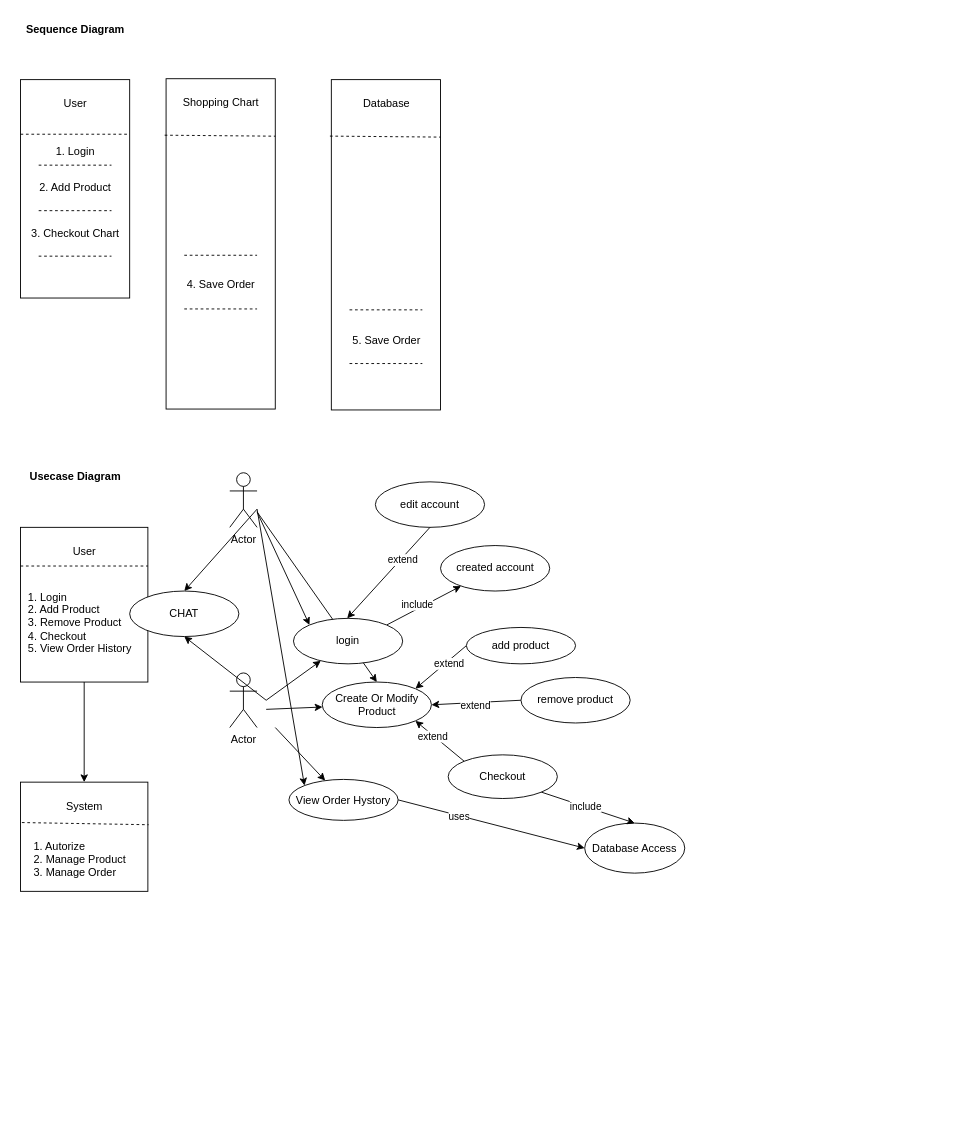
Before: page "Page-1" (1 of 2) of Untitled Diagram.drawio in rukadabra/test, a draw.io diagram. Source tidied: cells renumbered, new cells numbered last; positions are measured from the earlier drawing's top-left corner, leaving out a move shared by most shapes. Both pictures are drawn from the tidied source at 91%, with x=0, y=0 at pixel (15, 15).
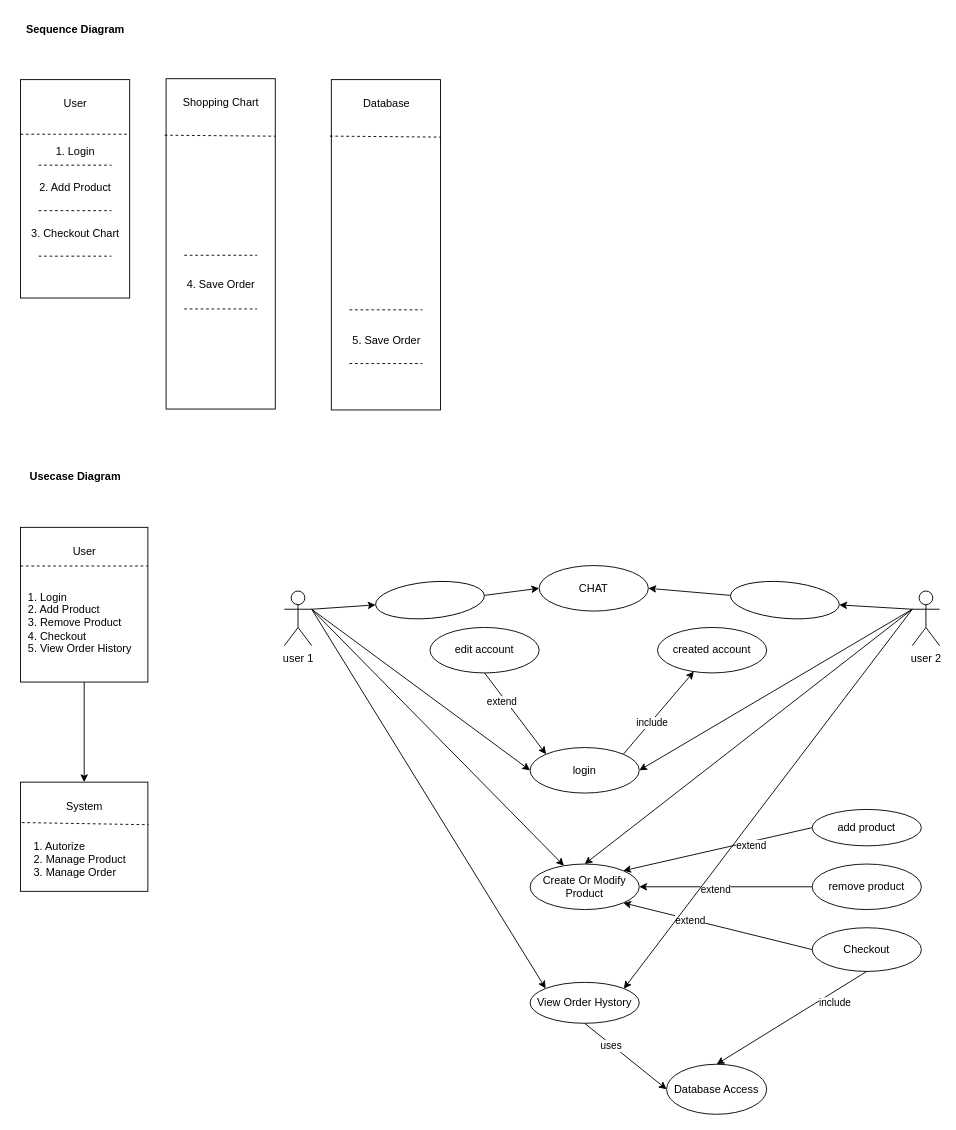
After the change.

Diff of the diagram source:
```diff
@@
-    <mxCell id="34" value="Actor" style="shape=umlActor;verticalLabelPosition=bottom;verticalAlign=top;html=1;outlineConnect=0;" parent="1" vertex="1">
-      <mxGeometry x="235" y="722" width="30" height="60" as="geometry" />
+    <mxCell id="34" value="user 1" style="shape=umlActor;verticalLabelPosition=bottom;verticalAlign=top;html=1;outlineConnect=0;" parent="1" vertex="1">
+      <mxGeometry x="295" y="632" width="30" height="60" as="geometry" />
     </mxCell>
-    <mxCell id="35" style="endArrow=classic;html=1;rounded=0;" parent="1" edge="1" target="64">
-      <mxGeometry relative="1" as="geometry">
-        <mxPoint x="275" y="752" as="sourcePoint" />
-      </mxGeometry>
+    <mxCell id="35" style="endArrow=classic;html=1;rounded=0;exitX=1;exitY=0.3333333333333333;exitDx=0;exitDy=0;exitPerimeter=0;entryX=0;entryY=0.5;entryDx=0;entryDy=0;" parent="1" edge="1" source="34" target="64">
+      <mxGeometry relative="1" as="geometry" />
     </mxCell>
@@
     <mxCell id="38" value="created account" style="ellipse;whiteSpace=wrap;html=1;" parent="1" vertex="1">
-      <mxGeometry x="466.6" y="582" width="120" height="50" as="geometry" />
+      <mxGeometry x="705" y="672" width="120" height="50" as="geometry" />
     </mxCell>
-    <mxCell id="39" style="endArrow=classic;html=1;rounded=0;" parent="1" edge="1" target="40">
-      <mxGeometry relative="1" as="geometry">
-        <mxPoint x="275" y="762" as="sourcePoint" />
-      </mxGeometry>
+    <mxCell id="39" style="endArrow=classic;html=1;rounded=0;exitX=1;exitY=0.3333333333333333;exitDx=0;exitDy=0;exitPerimeter=0;" parent="1" edge="1" source="34" target="40">
+      <mxGeometry relative="1" as="geometry" />
     </mxCell>
     <mxCell id="40" value="Create Or Modify Product" style="ellipse;whiteSpace=wrap;html=1;" parent="1" vertex="1">
-      <mxGeometry x="336.6" y="732" width="120" height="50" as="geometry" />
+      <mxGeometry x="565" y="932" width="120" height="50" as="geometry" />
     </mxCell>
@@
     <mxCell id="43" value="add product" style="ellipse;whiteSpace=wrap;html=1;" parent="1" vertex="1">
-      <mxGeometry x="495" y="672" width="120" height="40" as="geometry" />
+      <mxGeometry x="875" y="872" width="120" height="40" as="geometry" />
     </mxCell>
@@
     <mxCell id="46" value="remove product" style="ellipse;whiteSpace=wrap;html=1;" parent="1" vertex="1">
-      <mxGeometry x="555" y="727" width="120" height="50" as="geometry" />
+      <mxGeometry x="875" y="932" width="120" height="50" as="geometry" />
     </mxCell>
     <mxCell id="47" value="Checkout" style="ellipse;whiteSpace=wrap;html=1;" parent="1" vertex="1">
-      <mxGeometry x="475" y="812" width="120" height="48" as="geometry" />
+      <mxGeometry x="875" y="1002" width="120" height="48" as="geometry" />
     </mxCell>
-    <mxCell id="48" style="endArrow=classic;html=1;rounded=0;exitX=0;exitY=0;exitDx=0;exitDy=0;entryX=1;entryY=1;entryDx=0;entryDy=0;" parent="1" edge="1" source="47" target="40">
+    <mxCell id="48" style="endArrow=classic;html=1;rounded=0;exitX=0;exitY=0.5;exitDx=0;exitDy=0;entryX=1;entryY=1;entryDx=0;entryDy=0;" parent="1" edge="1" source="47" target="40">
       <mxGeometry relative="1" as="geometry" />
     </mxCell>
@@
     <mxCell id="50" value="Database Access" style="ellipse;whiteSpace=wrap;html=1;" parent="1" vertex="1">
-      <mxGeometry x="625" y="887" width="110" height="55" as="geometry" />
+      <mxGeometry x="715" y="1152" width="110" height="55" as="geometry" />
     </mxCell>
-    <mxCell id="51" style="endArrow=classic;html=1;rounded=0;exitX=1;exitY=1;exitDx=0;exitDy=0;entryX=0.5;entryY=0;entryDx=0;entryDy=0;" parent="1" edge="1" source="47" target="50">
+    <mxCell id="51" style="endArrow=classic;html=1;rounded=0;exitX=0.5;exitY=1;exitDx=0;exitDy=0;entryX=0.5;entryY=0;entryDx=0;entryDy=0;" parent="1" edge="1" source="47" target="50">
       <mxGeometry relative="1" as="geometry" />
     </mxCell>
@@
-    <mxCell id="53" style="endArrow=classic;html=1;rounded=0;" parent="1" edge="1" target="54">
-      <mxGeometry relative="1" as="geometry">
-        <mxPoint x="285" y="782" as="sourcePoint" />
-      </mxGeometry>
+    <mxCell id="53" style="endArrow=classic;html=1;rounded=0;exitX=1;exitY=0.3333333333333333;exitDx=0;exitDy=0;exitPerimeter=0;entryX=0;entryY=0;entryDx=0;entryDy=0;" parent="1" edge="1" source="34" target="54">
+      <mxGeometry relative="1" as="geometry" />
     </mxCell>
     <mxCell id="54" value="View Order Hystory" style="ellipse;whiteSpace=wrap;html=1;" parent="1" vertex="1">
-      <mxGeometry x="300" y="839" width="120" height="45" as="geometry" />
+      <mxGeometry x="565" y="1062" width="120" height="45" as="geometry" />
     </mxCell>
-    <mxCell id="55" style="endArrow=classic;html=1;rounded=0;exitX=1;exitY=0.5;exitDx=0;exitDy=0;entryX=0;entryY=0.5;entryDx=0;entryDy=0;" parent="1" edge="1" source="54" target="50">
+    <mxCell id="55" style="endArrow=classic;html=1;rounded=0;exitX=0.5;exitY=1;exitDx=0;exitDy=0;entryX=0;entryY=0.5;entryDx=0;entryDy=0;" parent="1" edge="1" source="54" target="50">
       <mxGeometry relative="1" as="geometry" />
     </mxCell>
@@
     <mxCell id="57" value="edit&amp;nbsp;account" style="ellipse;whiteSpace=wrap;html=1;" parent="1" vertex="1">
-      <mxGeometry x="395" y="512" width="120" height="50" as="geometry" />
+      <mxGeometry x="455" y="672" width="120" height="50" as="geometry" />
     </mxCell>
-    <mxCell id="58" style="endArrow=classic;html=1;rounded=0;exitX=0.5;exitY=1;exitDx=0;exitDy=0;entryX=1;entryY=0;entryDx=0;entryDy=0;" parent="1" edge="1" source="57">
-      <mxGeometry relative="1" as="geometry">
-        <mxPoint x="364" y="662" as="targetPoint" />
-      </mxGeometry>
+    <mxCell id="58" style="endArrow=classic;html=1;rounded=0;exitX=0.5;exitY=1;exitDx=0;exitDy=0;entryX=0;entryY=0;entryDx=0;entryDy=0;" parent="1" edge="1" source="57" target="64">
+      <mxGeometry relative="1" as="geometry" />
     </mxCell>
@@
-    <mxCell id="60" value="Actor" style="shape=umlActor;verticalLabelPosition=bottom;verticalAlign=top;html=1;outlineConnect=0;" parent="1" vertex="1">
-      <mxGeometry x="235" y="502" width="30" height="60" as="geometry" />
+    <mxCell id="60" value="user 2" style="shape=umlActor;verticalLabelPosition=bottom;verticalAlign=top;html=1;outlineConnect=0;" parent="1" vertex="1">
+      <mxGeometry x="985" y="632" width="30" height="60" as="geometry" />
     </mxCell>
-    <mxCell id="61" style="endArrow=classic;html=1;rounded=0;entryX=0;entryY=0;entryDx=0;entryDy=0;" parent="1" edge="1" target="64">
-      <mxGeometry relative="1" as="geometry">
-        <mxPoint x="265" y="545" as="sourcePoint" />
-      </mxGeometry>
+    <mxCell id="61" style="endArrow=classic;html=1;rounded=0;entryX=1;entryY=0.5;entryDx=0;entryDy=0;exitX=0;exitY=0.3333333333333333;exitDx=0;exitDy=0;exitPerimeter=0;" parent="1" edge="1" source="60" target="64">
+      <mxGeometry relative="1" as="geometry" />
     </mxCell>
-    <mxCell id="62" style="endArrow=classic;html=1;rounded=0;entryX=0.5;entryY=0;entryDx=0;entryDy=0;" parent="1" edge="1" target="40">
-      <mxGeometry relative="1" as="geometry">
-        <mxPoint x="265" y="545" as="sourcePoint" />
-      </mxGeometry>
+    <mxCell id="62" style="endArrow=classic;html=1;rounded=0;entryX=0.5;entryY=0;entryDx=0;entryDy=0;exitX=0;exitY=0.3333333333333333;exitDx=0;exitDy=0;exitPerimeter=0;" parent="1" edge="1" source="60" target="40">
+      <mxGeometry relative="1" as="geometry" />
     </mxCell>
-    <mxCell id="63" style="endArrow=classic;html=1;rounded=0;entryX=0;entryY=0;entryDx=0;entryDy=0;" parent="1" edge="1" target="54">
+    <mxCell id="63" style="endArrow=classic;html=1;rounded=0;exitX=0;exitY=0.3333333333333333;exitDx=0;exitDy=0;exitPerimeter=0;" parent="1" edge="1" source="60">
       <mxGeometry relative="1" as="geometry">
-        <mxPoint x="265" y="542" as="sourcePoint" />
+        <mxPoint x="668" y="1069" as="targetPoint" />
       </mxGeometry>
     </mxCell>
     <mxCell id="64" value="login" style="ellipse;whiteSpace=wrap;html=1;" parent="1" vertex="1">
-      <mxGeometry x="305" y="662" width="120" height="50" as="geometry" />
+      <mxGeometry x="565" y="804" width="120" height="50" as="geometry" />
     </mxCell>
     <mxCell id="65" value="CHAT" style="ellipse;whiteSpace=wrap;html=1;" parent="1" vertex="1">
-      <mxGeometry x="125" y="632" width="120" height="50" as="geometry" />
+      <mxGeometry x="575" y="604" width="120" height="50" as="geometry" />
     </mxCell>
-    <mxCell id="66" style="endArrow=classic;html=1;rounded=0;entryX=0.5;entryY=0;entryDx=0;entryDy=0;" parent="1" edge="1" target="65">
-      <mxGeometry relative="1" as="geometry">
-        <mxPoint x="265" y="542" as="sourcePoint" />
-      </mxGeometry>
+    <mxCell id="66" style="endArrow=classic;html=1;rounded=0;entryX=1;entryY=0.5;entryDx=0;entryDy=0;exitX=0;exitY=0.5;exitDx=0;exitDy=0;" parent="1" edge="1" source="71" target="65">
+      <mxGeometry relative="1" as="geometry" />
     </mxCell>
-    <mxCell id="67" style="endArrow=classic;html=1;rounded=0;entryX=0.5;entryY=1;entryDx=0;entryDy=0;" parent="1" edge="1" target="65">
-      <mxGeometry relative="1" as="geometry">
-        <mxPoint x="275" y="752" as="sourcePoint" />
-      </mxGeometry>
+    <mxCell id="67" style="endArrow=classic;html=1;rounded=0;entryX=0;entryY=0.5;entryDx=0;entryDy=0;exitX=1;exitY=0.5;exitDx=0;exitDy=0;" parent="1" edge="1" source="69" target="65">
+      <mxGeometry relative="1" as="geometry" />
     </mxCell>
+    <mxCell id="68" style="endArrow=classic;html=1;rounded=0;entryX=0;entryY=0.5;entryDx=0;entryDy=0;exitX=1;exitY=0.3333333333333333;exitDx=0;exitDy=0;exitPerimeter=0;" parent="1" edge="1" source="34" target="69">
+      <mxGeometry relative="1" as="geometry" />
+    </mxCell>
+    <mxCell id="69" style="ellipse;whiteSpace=wrap;html=1;rotation=-5;" parent="1" vertex="1">
+      <mxGeometry x="395" y="622" width="120" height="40" as="geometry" />
+    </mxCell>
+    <mxCell id="70" style="endArrow=classic;html=1;rounded=0;entryX=1;entryY=0.5;entryDx=0;entryDy=0;exitX=0;exitY=0.3333333333333333;exitDx=0;exitDy=0;exitPerimeter=0;" parent="1" edge="1" source="60" target="71">
+      <mxGeometry relative="1" as="geometry" />
+    </mxCell>
+    <mxCell id="71" style="ellipse;whiteSpace=wrap;html=1;rotation=5;" parent="1" vertex="1">
+      <mxGeometry x="785" y="622" width="120" height="40" as="geometry" />
+    </mxCell>
```
